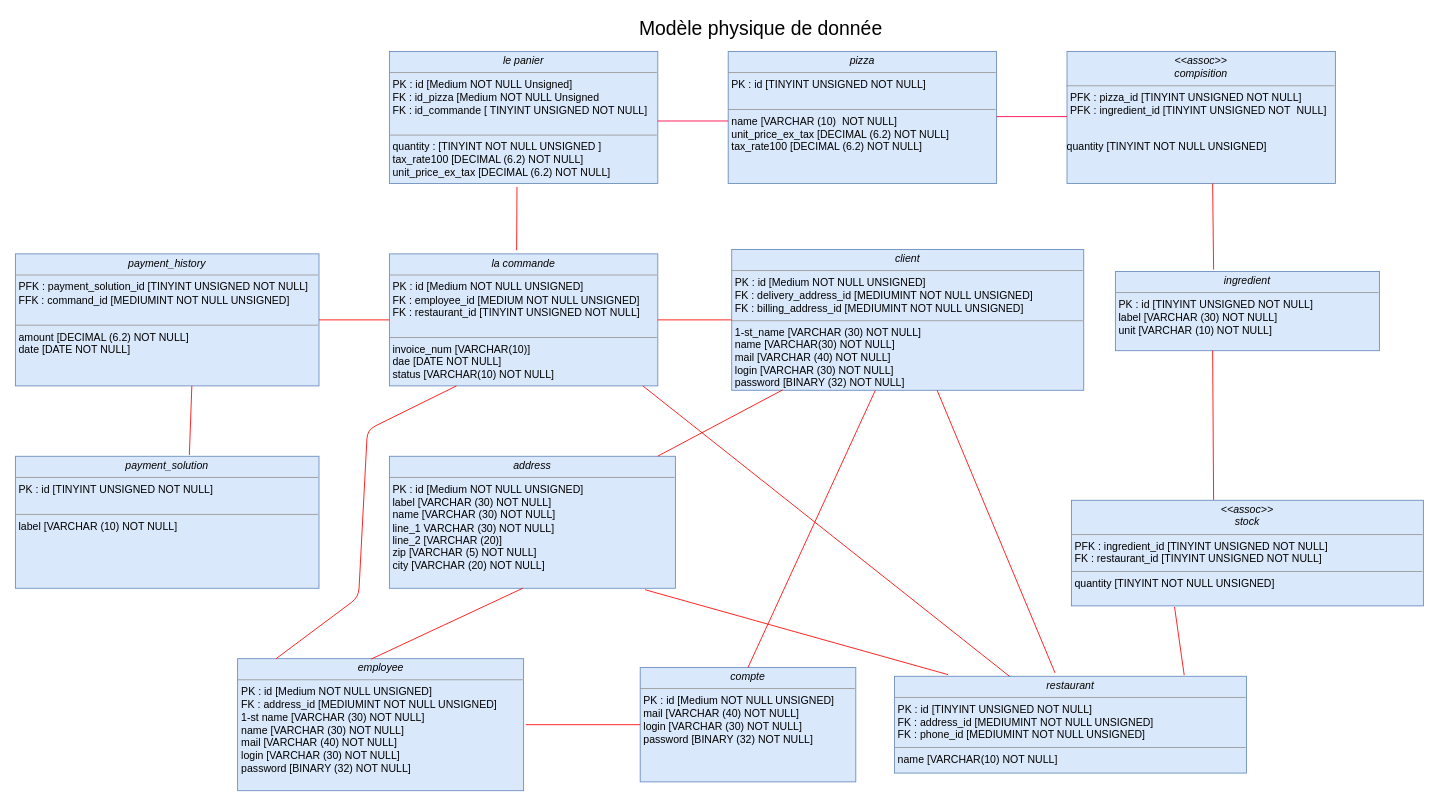
Before: MPD.drawio in stan-dimitrov/OC-project6-Concevez-la-solution-technique-d-un-syst-me-de-gestion-de-pizzeria, a draw.io diagram. Source tidied: cells renumbered, new cells numbered last; positions are measured from the earlier drawing's top-left corner, leaving out a move shared by most shapes. Both pictures are drawn from the tidied source at 88%, with x=0, y=0 at pixel (15, 15).
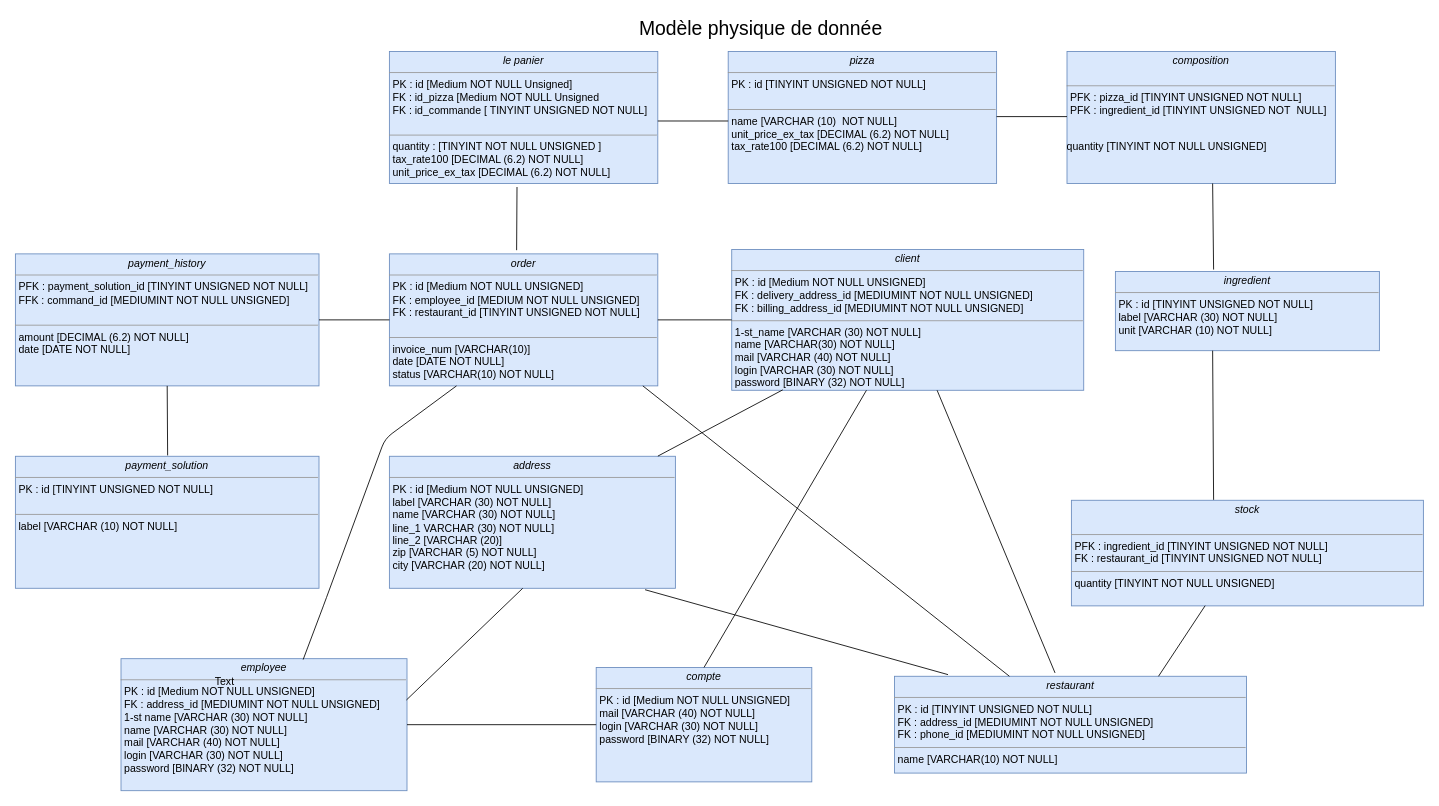
Above is the later version.

Commit message:
Mettre à jour MPD.drawio

The change refers to these unchanged cells:
```xml
<mxCell id="4" value="&lt;p style=&quot;margin: 0px ; margin-top: 4px ; text-align: center&quot;&gt;&lt;i&gt;address&lt;/i&gt;&lt;/p&gt;&lt;hr size=&quot;1&quot;&gt;&lt;p style=&quot;margin: 0px ; margin-left: 4px&quot;&gt;PK : id [Medium NOT NULL UNSIGNED]&lt;/p&gt;&lt;p style=&quot;margin: 0px ; margin-left: 4px&quot;&gt;label [VARCHAR (30) NOT NULL]&lt;/p&gt;&lt;p style=&quot;margin: 0px ; margin-left: 4px&quot;&gt;name [VARCHAR (30) NOT NULL]&lt;/p&gt;&lt;p style=&quot;margin: 0px ; margin-left: 4px&quot;&gt;line_1 VARCHAR (30) NOT NULL]&lt;/p&gt;&lt;p style=&quot;margin: 0px ; margin-left: 4px&quot;&gt;line_2 [VARCHAR (20)]&lt;/p&gt;&lt;p style=&quot;margin: 0px ; margin-left: 4px&quot;&gt;zip [VARCHAR (5) NOT NULL]&lt;/p&gt;&lt;p style=&quot;margin: 0px ; margin-left: 4px&quot;&gt;city [VARCHAR (20) NOT NULL]&lt;/p&gt;&lt;p style=&quot;margin: 0px ; margin-left: 4px&quot;&gt;&lt;br&gt;&lt;/p&gt;" style="verticalAlign=top;align=left;overflow=fill;fontSize=12;fontFamily=Helvetica;html=1;fillColor=#dae8fc;strokeColor=#6c8ebf;" parent="1" vertex="1">
  <mxGeometry x="425" y="501" width="325" height="150" as="geometry" />
</mxCell>
<mxCell id="6" value="&lt;p style=&quot;margin: 0px ; margin-top: 4px ; text-align: center&quot;&gt;&lt;i&gt;client&lt;/i&gt;&lt;/p&gt;&lt;hr size=&quot;1&quot;&gt;&lt;p style=&quot;margin: 0px ; margin-left: 4px&quot;&gt;PK : id [Medium NOT NULL UNSIGNED]&lt;/p&gt;&lt;p style=&quot;margin: 0px ; margin-left: 4px&quot;&gt;FK : delivery_address_id [MEDIUMINT NOT NULL UNSIGNED]&lt;/p&gt;&lt;p style=&quot;margin: 0px ; margin-left: 4px&quot;&gt;FK : billing_address_id [MEDIUMINT NOT NULL UNSIGNED]&lt;/p&gt;&lt;hr size=&quot;1&quot;&gt;&lt;p style=&quot;margin: 0px ; margin-left: 4px&quot;&gt;1-st_name [VARCHAR (30) NOT NULL]&lt;br&gt;name [VARCHAR(30) NOT NULL]&lt;/p&gt;&lt;p style=&quot;margin: 0px ; margin-left: 4px&quot;&gt;mail [VARCHAR (40) NOT NULL]&lt;/p&gt;&lt;p style=&quot;margin: 0px ; margin-left: 4px&quot;&gt;login [VARCHAR (30) NOT NULL]&lt;/p&gt;&lt;p style=&quot;margin: 0px ; margin-left: 4px&quot;&gt;password [BINARY (32) NOT NULL]&lt;/p&gt;" style="verticalAlign=top;align=left;overflow=fill;fontSize=12;fontFamily=Helvetica;html=1;fillColor=#dae8fc;strokeColor=#6c8ebf;" parent="1" vertex="1">
  <mxGeometry x="814" y="266" width="400" height="160" as="geometry" />
</mxCell>
<mxCell id="7" value="&lt;p style=&quot;margin: 0px ; margin-top: 4px ; text-align: center&quot;&gt;&lt;i&gt;payment_history&lt;/i&gt;&lt;/p&gt;&lt;hr size=&quot;1&quot;&gt;&lt;p style=&quot;margin: 0px ; margin-left: 4px&quot;&gt;PFK : payment_solution_id [TINYINT UNSIGNED NOT NULL]&lt;/p&gt;&lt;p style=&quot;margin: 0px ; margin-left: 4px&quot;&gt;FFK : command_id [MEDIUMINT NOT NULL UNSIGNED]&lt;/p&gt;&lt;p style=&quot;margin: 0px ; margin-left: 4px&quot;&gt;&lt;br&gt;&lt;/p&gt;&lt;hr size=&quot;1&quot;&gt;&lt;p style=&quot;margin: 0px ; margin-left: 4px&quot;&gt;amount [DECIMAL (6.2) NOT NULL]&lt;br&gt;date [DATE NOT NULL]&lt;/p&gt;" style="verticalAlign=top;align=left;overflow=fill;fontSize=12;fontFamily=Helvetica;html=1;fillColor=#dae8fc;strokeColor=#6c8ebf;" parent="1" vertex="1">
  <mxGeometry y="271" width="345" height="150" as="geometry" />
</mxCell>
<mxCell id="8" value="&lt;p style=&quot;margin: 0px ; margin-top: 4px ; text-align: center&quot;&gt;&lt;i&gt;payment_solution&lt;/i&gt;&lt;/p&gt;&lt;hr size=&quot;1&quot;&gt;&lt;p style=&quot;margin: 0px ; margin-left: 4px&quot;&gt;PK : id [TINYINT UNSIGNED NOT NULL]&lt;/p&gt;&lt;p style=&quot;margin: 0px ; margin-left: 4px&quot;&gt;&lt;br&gt;&lt;/p&gt;&lt;hr size=&quot;1&quot;&gt;&lt;p style=&quot;margin: 0px ; margin-left: 4px&quot;&gt;label [VARCHAR (10) NOT NULL]&lt;br&gt;&lt;/p&gt;" style="verticalAlign=top;align=left;overflow=fill;fontSize=12;fontFamily=Helvetica;html=1;fillColor=#dae8fc;strokeColor=#6c8ebf;" parent="1" vertex="1">
  <mxGeometry y="501" width="345" height="150" as="geometry" />
</mxCell>
<mxCell id="11" value="&lt;p style=&quot;margin: 0px ; margin-top: 4px ; text-align: center&quot;&gt;&lt;i&gt;restaurant&lt;/i&gt;&lt;/p&gt;&lt;hr size=&quot;1&quot;&gt;&lt;p style=&quot;margin: 0px ; margin-left: 4px&quot;&gt;PK : id [TINYINT UNSIGNED NOT NULL]&lt;/p&gt;&lt;p style=&quot;margin: 0px ; margin-left: 4px&quot;&gt;FK : address_id [MEDIUMINT NOT NULL UNSIGNED]&lt;/p&gt;&lt;p style=&quot;margin: 0px ; margin-left: 4px&quot;&gt;FK : phone_id [MEDIUMINT NOT NULL UNSIGNED]&lt;/p&gt;&lt;hr size=&quot;1&quot;&gt;&lt;p style=&quot;margin: 0px ; margin-left: 4px&quot;&gt;name [VARCHAR(10) NOT NULL]&lt;/p&gt;" style="verticalAlign=top;align=left;overflow=fill;fontSize=12;fontFamily=Helvetica;html=1;fillColor=#dae8fc;strokeColor=#6c8ebf;" parent="1" vertex="1">
  <mxGeometry x="999" y="751" width="400" height="110" as="geometry" />
</mxCell>
<mxCell id="12" value="&lt;p style=&quot;margin: 0px ; margin-top: 4px ; text-align: center&quot;&gt;&lt;i&gt;ingredient&lt;/i&gt;&lt;/p&gt;&lt;hr size=&quot;1&quot;&gt;&lt;p style=&quot;margin: 0px ; margin-left: 4px&quot;&gt;PK : id [TINYINT UNSIGNED NOT NULL]&lt;/p&gt;&lt;p style=&quot;margin: 0px ; margin-left: 4px&quot;&gt;label [VARCHAR (30) NOT NULL]&lt;/p&gt;&lt;p style=&quot;margin: 0px ; margin-left: 4px&quot;&gt;unit [VARCHAR (10) NOT NULL]&lt;/p&gt;&lt;p style=&quot;margin: 0px ; margin-left: 4px&quot;&gt;&lt;br&gt;&lt;/p&gt;" style="verticalAlign=top;align=left;overflow=fill;fontSize=12;fontFamily=Helvetica;html=1;fillColor=#dae8fc;strokeColor=#6c8ebf;" parent="1" vertex="1">
  <mxGeometry x="1250" y="291" width="300" height="90" as="geometry" />
</mxCell>
```

The edit, as a diff of the source:
```diff
@@
-    <mxCell id="3" value="&lt;p style=&quot;margin: 0px ; margin-top: 4px ; text-align: center&quot;&gt;&lt;i&gt;la commande&lt;/i&gt;&lt;/p&gt;&lt;hr size=&quot;1&quot;&gt;&lt;p style=&quot;margin: 0px ; margin-left: 4px&quot;&gt;PK : id [Medium NOT NULL UNSIGNED]&lt;/p&gt;&lt;p style=&quot;margin: 0px ; margin-left: 4px&quot;&gt;FK : employee_id [MEDIUM NOT NULL UNSIGNED]&lt;/p&gt;&lt;p style=&quot;margin: 0px ; margin-left: 4px&quot;&gt;FK : restaurant_id [TINYINT UNSIGNED NOT NULL]&lt;/p&gt;&lt;p style=&quot;margin: 0px ; margin-left: 4px&quot;&gt;&lt;br&gt;&lt;/p&gt;&lt;hr size=&quot;1&quot;&gt;&lt;p style=&quot;margin: 0px ; margin-left: 4px&quot;&gt;invoice_num [VARCHAR(10)]&lt;br&gt;dae [DATE NOT NULL]&lt;/p&gt;&lt;p style=&quot;margin: 0px ; margin-left: 4px&quot;&gt;status [VARCHAR(10) NOT NULL]&lt;/p&gt;" style="verticalAlign=top;align=left;overflow=fill;fontSize=12;fontFamily=Helvetica;html=1;fillColor=#dae8fc;strokeColor=#6c8ebf;" parent="1" vertex="1">
+    <mxCell id="3" value="&lt;p style=&quot;margin: 0px ; margin-top: 4px ; text-align: center&quot;&gt;&lt;i&gt;order&lt;/i&gt;&lt;/p&gt;&lt;hr size=&quot;1&quot;&gt;&lt;p style=&quot;margin: 0px ; margin-left: 4px&quot;&gt;PK : id [Medium NOT NULL UNSIGNED]&lt;/p&gt;&lt;p style=&quot;margin: 0px ; margin-left: 4px&quot;&gt;FK : employee_id [MEDIUM NOT NULL UNSIGNED]&lt;/p&gt;&lt;p style=&quot;margin: 0px ; margin-left: 4px&quot;&gt;FK : restaurant_id [TINYINT UNSIGNED NOT NULL]&lt;/p&gt;&lt;p style=&quot;margin: 0px ; margin-left: 4px&quot;&gt;&lt;br&gt;&lt;/p&gt;&lt;hr size=&quot;1&quot;&gt;&lt;p style=&quot;margin: 0px ; margin-left: 4px&quot;&gt;invoice_num [VARCHAR(10)]&lt;br&gt;date [DATE NOT NULL]&lt;/p&gt;&lt;p style=&quot;margin: 0px ; margin-left: 4px&quot;&gt;status [VARCHAR(10) NOT NULL]&lt;/p&gt;" style="verticalAlign=top;align=left;overflow=fill;fontSize=12;fontFamily=Helvetica;html=1;fillColor=#dae8fc;strokeColor=#6c8ebf;" parent="1" vertex="1">
       <mxGeometry x="425" y="271" width="305" height="150" as="geometry" />
     </mxCell>
@@
     <mxCell id="5" value="&lt;p style=&quot;margin: 0px ; margin-top: 4px ; text-align: center&quot;&gt;&lt;i&gt;employee&lt;/i&gt;&lt;/p&gt;&lt;hr size=&quot;1&quot;&gt;&lt;p style=&quot;margin: 0px ; margin-left: 4px&quot;&gt;PK : id [Medium NOT NULL UNSIGNED]&lt;/p&gt;&lt;p style=&quot;margin: 0px ; margin-left: 4px&quot;&gt;FK : address_id [MEDIUMINT NOT NULL UNSIGNED]&lt;/p&gt;&lt;p style=&quot;margin: 0px ; margin-left: 4px&quot;&gt;1-st name [VARCHAR (30) NOT NULL]&lt;/p&gt;&lt;p style=&quot;margin: 0px ; margin-left: 4px&quot;&gt;name [VARCHAR (30) NOT NULL]&lt;/p&gt;&lt;p style=&quot;margin: 0px ; margin-left: 4px&quot;&gt;mail [VARCHAR (40) NOT NULL]&lt;/p&gt;&lt;p style=&quot;margin: 0px ; margin-left: 4px&quot;&gt;login [VARCHAR (30) NOT NULL]&lt;/p&gt;&lt;p style=&quot;margin: 0px ; margin-left: 4px&quot;&gt;password [BINARY (32) NOT NULL]&lt;/p&gt;&lt;p style=&quot;margin: 0px ; margin-left: 4px&quot;&gt;&lt;br&gt;&lt;/p&gt;" style="verticalAlign=top;align=left;overflow=fill;fontSize=12;fontFamily=Helvetica;html=1;fillColor=#dae8fc;strokeColor=#6c8ebf;" parent="1" vertex="1">
-      <mxGeometry x="252.5" y="731" width="325" height="150" as="geometry" />
+      <mxGeometry x="120" y="731" width="325" height="150" as="geometry" />
     </mxCell>
@@
-    <mxCell id="10" value="&lt;p style=&quot;margin: 0px ; margin-top: 4px ; text-align: center&quot;&gt;&lt;i&gt;&amp;lt;&amp;lt;assoc&amp;gt;&amp;gt;&lt;br&gt;compisition&lt;/i&gt;&lt;/p&gt;&lt;hr size=&quot;1&quot;&gt;&lt;p style=&quot;margin: 0px ; margin-left: 4px&quot;&gt;PFK : pizza_id [TINYINT UNSIGNED NOT NULL]&lt;/p&gt;&lt;p style=&quot;margin: 0px ; margin-left: 4px&quot;&gt;PFK : ingredient_id [TINYINT UNSIGNED NOT&amp;nbsp; NULL]&lt;/p&gt;&lt;br&gt;&lt;p&gt;quantity [TINYINT NOT NULL UNSIGNED]&lt;/p&gt;&lt;p&gt;&lt;span&gt;&lt;br&gt;&lt;/span&gt;&lt;/p&gt;" style="verticalAlign=top;align=left;overflow=fill;fontSize=12;fontFamily=Helvetica;html=1;fillColor=#dae8fc;strokeColor=#6c8ebf;" parent="1" vertex="1">
+    <mxCell id="10" value="&lt;p style=&quot;margin: 0px ; margin-top: 4px ; text-align: center&quot;&gt;&lt;i&gt;composition&lt;br&gt;&lt;br&gt;&lt;/i&gt;&lt;/p&gt;&lt;hr size=&quot;1&quot;&gt;&lt;p style=&quot;margin: 0px ; margin-left: 4px&quot;&gt;PFK : pizza_id [TINYINT UNSIGNED NOT NULL]&lt;/p&gt;&lt;p style=&quot;margin: 0px ; margin-left: 4px&quot;&gt;PFK : ingredient_id [TINYINT UNSIGNED NOT&amp;nbsp; NULL]&lt;/p&gt;&lt;br&gt;&lt;p&gt;quantity [TINYINT NOT NULL UNSIGNED]&lt;/p&gt;&lt;p&gt;&lt;span&gt;&lt;br&gt;&lt;/span&gt;&lt;/p&gt;" style="verticalAlign=top;align=left;overflow=fill;fontSize=12;fontFamily=Helvetica;html=1;fillColor=#dae8fc;strokeColor=#6c8ebf;" parent="1" vertex="1">
       <mxGeometry x="1195" y="41" width="305" height="150" as="geometry" />
     </mxCell>
@@
-    <mxCell id="13" value="&lt;p style=&quot;margin: 0px ; margin-top: 4px ; text-align: center&quot;&gt;&lt;i&gt;&amp;lt;&amp;lt;assoc&amp;gt;&amp;gt;&lt;br&gt;stock&lt;/i&gt;&lt;/p&gt;&lt;hr size=&quot;1&quot;&gt;&lt;p style=&quot;margin: 0px ; margin-left: 4px&quot;&gt;PFK : ingredient_id [TINYINT UNSIGNED NOT NULL]&lt;/p&gt;&lt;p style=&quot;margin: 0px ; margin-left: 4px&quot;&gt;FK : restaurant_id [TINYINT UNSIGNED NOT NULL]&lt;/p&gt;&lt;hr size=&quot;1&quot;&gt;&lt;p style=&quot;margin: 0px ; margin-left: 4px&quot;&gt;quantity [TINYINT NOT NULL UNSIGNED]&lt;/p&gt;" style="verticalAlign=top;align=left;overflow=fill;fontSize=12;fontFamily=Helvetica;html=1;fillColor=#dae8fc;strokeColor=#6c8ebf;" parent="1" vertex="1">
+    <mxCell id="13" value="&lt;p style=&quot;margin: 0px ; margin-top: 4px ; text-align: center&quot;&gt;&lt;i&gt;stock&lt;br&gt;&lt;br&gt;&lt;/i&gt;&lt;/p&gt;&lt;hr size=&quot;1&quot;&gt;&lt;p style=&quot;margin: 0px ; margin-left: 4px&quot;&gt;PFK : ingredient_id [TINYINT UNSIGNED NOT NULL]&lt;/p&gt;&lt;p style=&quot;margin: 0px ; margin-left: 4px&quot;&gt;FK : restaurant_id [TINYINT UNSIGNED NOT NULL]&lt;/p&gt;&lt;hr size=&quot;1&quot;&gt;&lt;p style=&quot;margin: 0px ; margin-left: 4px&quot;&gt;quantity [TINYINT NOT NULL UNSIGNED]&lt;/p&gt;" style="verticalAlign=top;align=left;overflow=fill;fontSize=12;fontFamily=Helvetica;html=1;fillColor=#dae8fc;strokeColor=#6c8ebf;" parent="1" vertex="1">
       <mxGeometry x="1200" y="551" width="400" height="120" as="geometry" />
     </mxCell>
-    <mxCell id="14" style="line;strokeWidth=1;fillColor=none;align=left;verticalAlign=middle;spacingTop=-1;spacingLeft=3;spacingRight=3;labelPosition=right;strokeColor=#FF0548;" parent="1" vertex="1">
+    <mxCell id="14" style="line;strokeWidth=1;fillColor=none;align=left;verticalAlign=middle;spacingTop=-1;spacingLeft=3;spacingRight=3;labelPosition=right;strokeColor=#0A0A0A;" parent="1" vertex="1">
       <mxGeometry x="730" y="116" width="80" height="8" as="geometry" />
     </mxCell>
-    <mxCell id="15" style="line;strokeWidth=1;fillColor=none;align=left;verticalAlign=middle;spacingTop=-1;spacingLeft=3;spacingRight=3;labelPosition=right;strokeColor=#FF0548;" parent="1" vertex="1">
+    <mxCell id="15" style="line;strokeWidth=1;fillColor=none;align=left;verticalAlign=middle;spacingTop=-1;spacingLeft=3;spacingRight=3;labelPosition=right;strokeColor=#0A0A0A;" parent="1" vertex="1">
       <mxGeometry x="1115" y="111" width="80" height="8" as="geometry" />
     </mxCell>
-    <mxCell id="16" style="endArrow=none;html=1;strokeColor=#FF0A0A;exitX=0.474;exitY=-0.028;exitDx=0;exitDy=0;exitPerimeter=0;" parent="1" edge="1" source="3">
+    <mxCell id="16" style="endArrow=none;html=1;strokeColor=#0A0A0A;exitX=0.474;exitY=-0.028;exitDx=0;exitDy=0;exitPerimeter=0;" parent="1" edge="1" source="3">
       <mxGeometry relative="1" as="geometry">
         <mxPoint x="570" y="195" as="targetPoint" />
       </mxGeometry>
     </mxCell>
-    <mxCell id="17" style="endArrow=none;html=1;strokeColor=#FF0A0A;exitX=0.372;exitY=-0.024;exitDx=0;exitDy=0;exitPerimeter=0;" parent="1" edge="1" source="12">
+    <mxCell id="17" style="endArrow=none;html=1;strokeColor=#0A0A0A;exitX=0.372;exitY=-0.024;exitDx=0;exitDy=0;exitPerimeter=0;" parent="1" edge="1" source="12">
       <mxGeometry relative="1" as="geometry">
         <mxPoint x="1360.5" y="191" as="targetPoint" />
       </mxGeometry>
     </mxCell>
-    <mxCell id="18" style="endArrow=none;html=1;strokeColor=#FF0A0A;exitX=0.404;exitY=-0.004;exitDx=0;exitDy=0;exitPerimeter=0;" parent="1" edge="1" source="13">
+    <mxCell id="18" style="endArrow=none;html=1;strokeColor=#0A0A0A;exitX=0.404;exitY=-0.004;exitDx=0;exitDy=0;exitPerimeter=0;" parent="1" edge="1" source="13">
       <mxGeometry relative="1" as="geometry">
         <mxPoint x="1360.5" y="381" as="targetPoint" />
       </mxGeometry>
     </mxCell>
-    <mxCell id="19" style="endArrow=none;html=1;strokeColor=#FF0A0A;exitX=0.823;exitY=-0.012;exitDx=0;exitDy=0;exitPerimeter=0;entryX=0.293;entryY=1.01;entryDx=0;entryDy=0;entryPerimeter=0;" parent="1" edge="1" source="11" target="13">
+    <mxCell id="19" style="endArrow=none;html=1;strokeColor=#0A0A0A;exitX=0.75;exitY=0;exitDx=0;exitDy=0;entryX=0.38;entryY=0.998;entryDx=0;entryDy=0;entryPerimeter=0;" parent="1" edge="1" source="11" target="13">
       <mxGeometry relative="1" as="geometry" />
     </mxCell>
-    <mxCell id="20" style="endArrow=none;html=1;strokeColor=#FF0A0A;exitX=0.456;exitY=-0.035;exitDx=0;exitDy=0;exitPerimeter=0;" parent="1" edge="1" source="11" target="6">
+    <mxCell id="20" style="endArrow=none;html=1;strokeColor=#0A0A0A;exitX=0.456;exitY=-0.035;exitDx=0;exitDy=0;exitPerimeter=0;" parent="1" edge="1" source="11" target="6">
       <mxGeometry relative="1" as="geometry" />
     </mxCell>
-    <mxCell id="21" style="endArrow=none;html=1;strokeColor=#FF0A0A;exitX=0.467;exitY=0.003;exitDx=0;exitDy=0;exitPerimeter=0;" parent="1" edge="1" source="5">
+    <mxCell id="21" style="endArrow=none;html=1;strokeColor=#0A0A0A;exitX=0.998;exitY=0.313;exitDx=0;exitDy=0;exitPerimeter=0;" parent="1" edge="1" source="5">
       <mxGeometry relative="1" as="geometry">
         <mxPoint x="576.5" y="651" as="targetPoint" />
       </mxGeometry>
     </mxCell>
-    <mxCell id="22" style="endArrow=none;html=1;strokeColor=#FF0A0A;exitX=0.152;exitY=-0.017;exitDx=0;exitDy=0;exitPerimeter=0;entryX=0.894;entryY=1.011;entryDx=0;entryDy=0;entryPerimeter=0;" parent="1" edge="1" source="11" target="4">
+    <mxCell id="22" style="endArrow=none;html=1;strokeColor=#0A0A0A;exitX=0.152;exitY=-0.017;exitDx=0;exitDy=0;exitPerimeter=0;entryX=0.894;entryY=1.011;entryDx=0;entryDy=0;entryPerimeter=0;" parent="1" edge="1" source="11" target="4">
       <mxGeometry relative="1" as="geometry" />
     </mxCell>
-    <mxCell id="23" style="endArrow=none;html=1;strokeColor=#FF0A0A;exitX=0.474;exitY=-0.028;exitDx=0;exitDy=0;exitPerimeter=0;entryX=0.145;entryY=0.997;entryDx=0;entryDy=0;entryPerimeter=0;" parent="1" edge="1" target="6">
+    <mxCell id="23" style="endArrow=none;html=1;strokeColor=#0A0A0A;exitX=0.474;exitY=-0.028;exitDx=0;exitDy=0;exitPerimeter=0;entryX=0.145;entryY=0.997;entryDx=0;entryDy=0;entryPerimeter=0;" parent="1" edge="1" target="6">
       <mxGeometry relative="1" as="geometry">
         <mxPoint x="730.1" y="500.8" as="sourcePoint" />
       </mxGeometry>
     </mxCell>
-    <mxCell id="24" style="endArrow=none;html=1;strokeColor=#FF0A0A;exitX=0.573;exitY=-0.009;exitDx=0;exitDy=0;exitPerimeter=0;" parent="1" edge="1" source="8">
+    <mxCell id="24" style="endArrow=none;html=1;strokeColor=#0A0A0A;entryX=0.5;entryY=1;entryDx=0;entryDy=0;" parent="1" edge="1" target="7">
       <mxGeometry relative="1" as="geometry">
-        <mxPoint x="200.5" y="421" as="targetPoint" />
+        <mxPoint x="173" y="500" as="sourcePoint" />
       </mxGeometry>
     </mxCell>
-    <mxCell id="25" style="endArrow=none;html=1;strokeColor=#FF0A0A;exitX=1;exitY=0.5;exitDx=0;exitDy=0;entryX=0;entryY=0.5;entryDx=0;entryDy=0;" parent="1" edge="1" source="7" target="3">
+    <mxCell id="25" style="endArrow=none;html=1;strokeColor=#0A0A0A;exitX=1;exitY=0.5;exitDx=0;exitDy=0;entryX=0;entryY=0.5;entryDx=0;entryDy=0;" parent="1" edge="1" source="7" target="3">
       <mxGeometry relative="1" as="geometry" />
     </mxCell>
-    <mxCell id="26" style="endArrow=none;html=1;strokeColor=#FF0A0A;exitX=1;exitY=0.5;exitDx=0;exitDy=0;" parent="1" edge="1" source="3" target="6">
+    <mxCell id="26" style="endArrow=none;html=1;strokeColor=#0A0A0A;exitX=1;exitY=0.5;exitDx=0;exitDy=0;" parent="1" edge="1" source="3" target="6">
       <mxGeometry relative="1" as="geometry" />
     </mxCell>
-    <mxCell id="27" style="endArrow=none;html=1;strokeColor=#FF0A0A;entryX=0.25;entryY=1;entryDx=0;entryDy=0;exitX=0.134;exitY=0.001;exitDx=0;exitDy=0;exitPerimeter=0;" parent="1" edge="1" source="5" target="3">
+    <mxCell id="27" style="endArrow=none;html=1;strokeColor=#0A0A0A;entryX=0.25;entryY=1;entryDx=0;entryDy=0;" parent="1" edge="1" target="3">
       <mxGeometry relative="1" as="geometry">
+        <mxPoint x="327" y="732" as="sourcePoint" />
         <Array as="points">
-          <mxPoint x="390" y="661" />
-          <mxPoint x="400" y="471" />
+          <mxPoint x="350" y="671" />
+          <mxPoint x="420" y="481" />
         </Array>
       </mxGeometry>
     </mxCell>
-    <mxCell id="28" style="endArrow=none;html=1;strokeColor=#FF0A0A;" parent="1" edge="1" source="11">
+    <mxCell id="28" style="endArrow=none;html=1;strokeColor=#0A0A0A;" parent="1" edge="1" source="11">
       <mxGeometry relative="1" as="geometry">
         <mxPoint x="713" y="421" as="targetPoint" />
       </mxGeometry>
     </mxCell>
     <mxCell id="29" value="&lt;p style=&quot;margin: 0px ; margin-top: 4px ; text-align: center&quot;&gt;&lt;i&gt;compte&lt;/i&gt;&lt;/p&gt;&lt;hr size=&quot;1&quot;&gt;&lt;p style=&quot;margin: 0px ; margin-left: 4px&quot;&gt;PK : id [Medium NOT NULL UNSIGNED]&lt;/p&gt;&lt;p style=&quot;margin: 0px ; margin-left: 4px&quot;&gt;mail [VARCHAR (40) NOT NULL]&lt;/p&gt;&lt;p style=&quot;margin: 0px ; margin-left: 4px&quot;&gt;login [VARCHAR (30) NOT NULL]&lt;/p&gt;&lt;p style=&quot;margin: 0px ; margin-left: 4px&quot;&gt;password [BINARY (32) NOT NULL]&lt;/p&gt;&lt;p style=&quot;margin: 0px ; margin-left: 4px&quot;&gt;&lt;br&gt;&lt;/p&gt;" style="verticalAlign=top;align=left;overflow=fill;fontSize=12;fontFamily=Helvetica;html=1;fillColor=#dae8fc;strokeColor=#6c8ebf;" parent="1" vertex="1">
-      <mxGeometry x="710" y="741" width="245" height="130" as="geometry" />
+      <mxGeometry x="660" y="741" width="245" height="130" as="geometry" />
     </mxCell>
-    <mxCell id="30" style="endArrow=none;html=1;strokeColor=#FF0A0A;entryX=0;entryY=0.5;entryDx=0;entryDy=0;" parent="1" edge="1" target="29">
-      <mxGeometry relative="1" as="geometry">
-        <mxPoint x="580" y="806" as="sourcePoint" />
-      </mxGeometry>
+    <mxCell id="30" style="endArrow=none;html=1;strokeColor=#0A0A0A;entryX=0;entryY=0.5;entryDx=0;entryDy=0;exitX=1;exitY=0.5;exitDx=0;exitDy=0;" parent="1" edge="1" source="5" target="29">
+      <mxGeometry relative="1" as="geometry" />
     </mxCell>
-    <mxCell id="31" style="endArrow=none;html=1;strokeColor=#FF0A0A;entryX=0.5;entryY=0;entryDx=0;entryDy=0;" parent="1" edge="1" source="6" target="29">
+    <mxCell id="31" style="endArrow=none;html=1;strokeColor=#0A0A0A;entryX=0.5;entryY=0;entryDx=0;entryDy=0;" parent="1" edge="1" source="6" target="29">
       <mxGeometry relative="1" as="geometry" />
     </mxCell>
@@
+    <mxCell id="33" value="Text" style="text;html=1;align=left;verticalAlign=top;spacingTop=-4;" parent="1" vertex="1">
+      <mxGeometry x="225" y="747" width="40" height="20" as="geometry" />
+    </mxCell>
```
